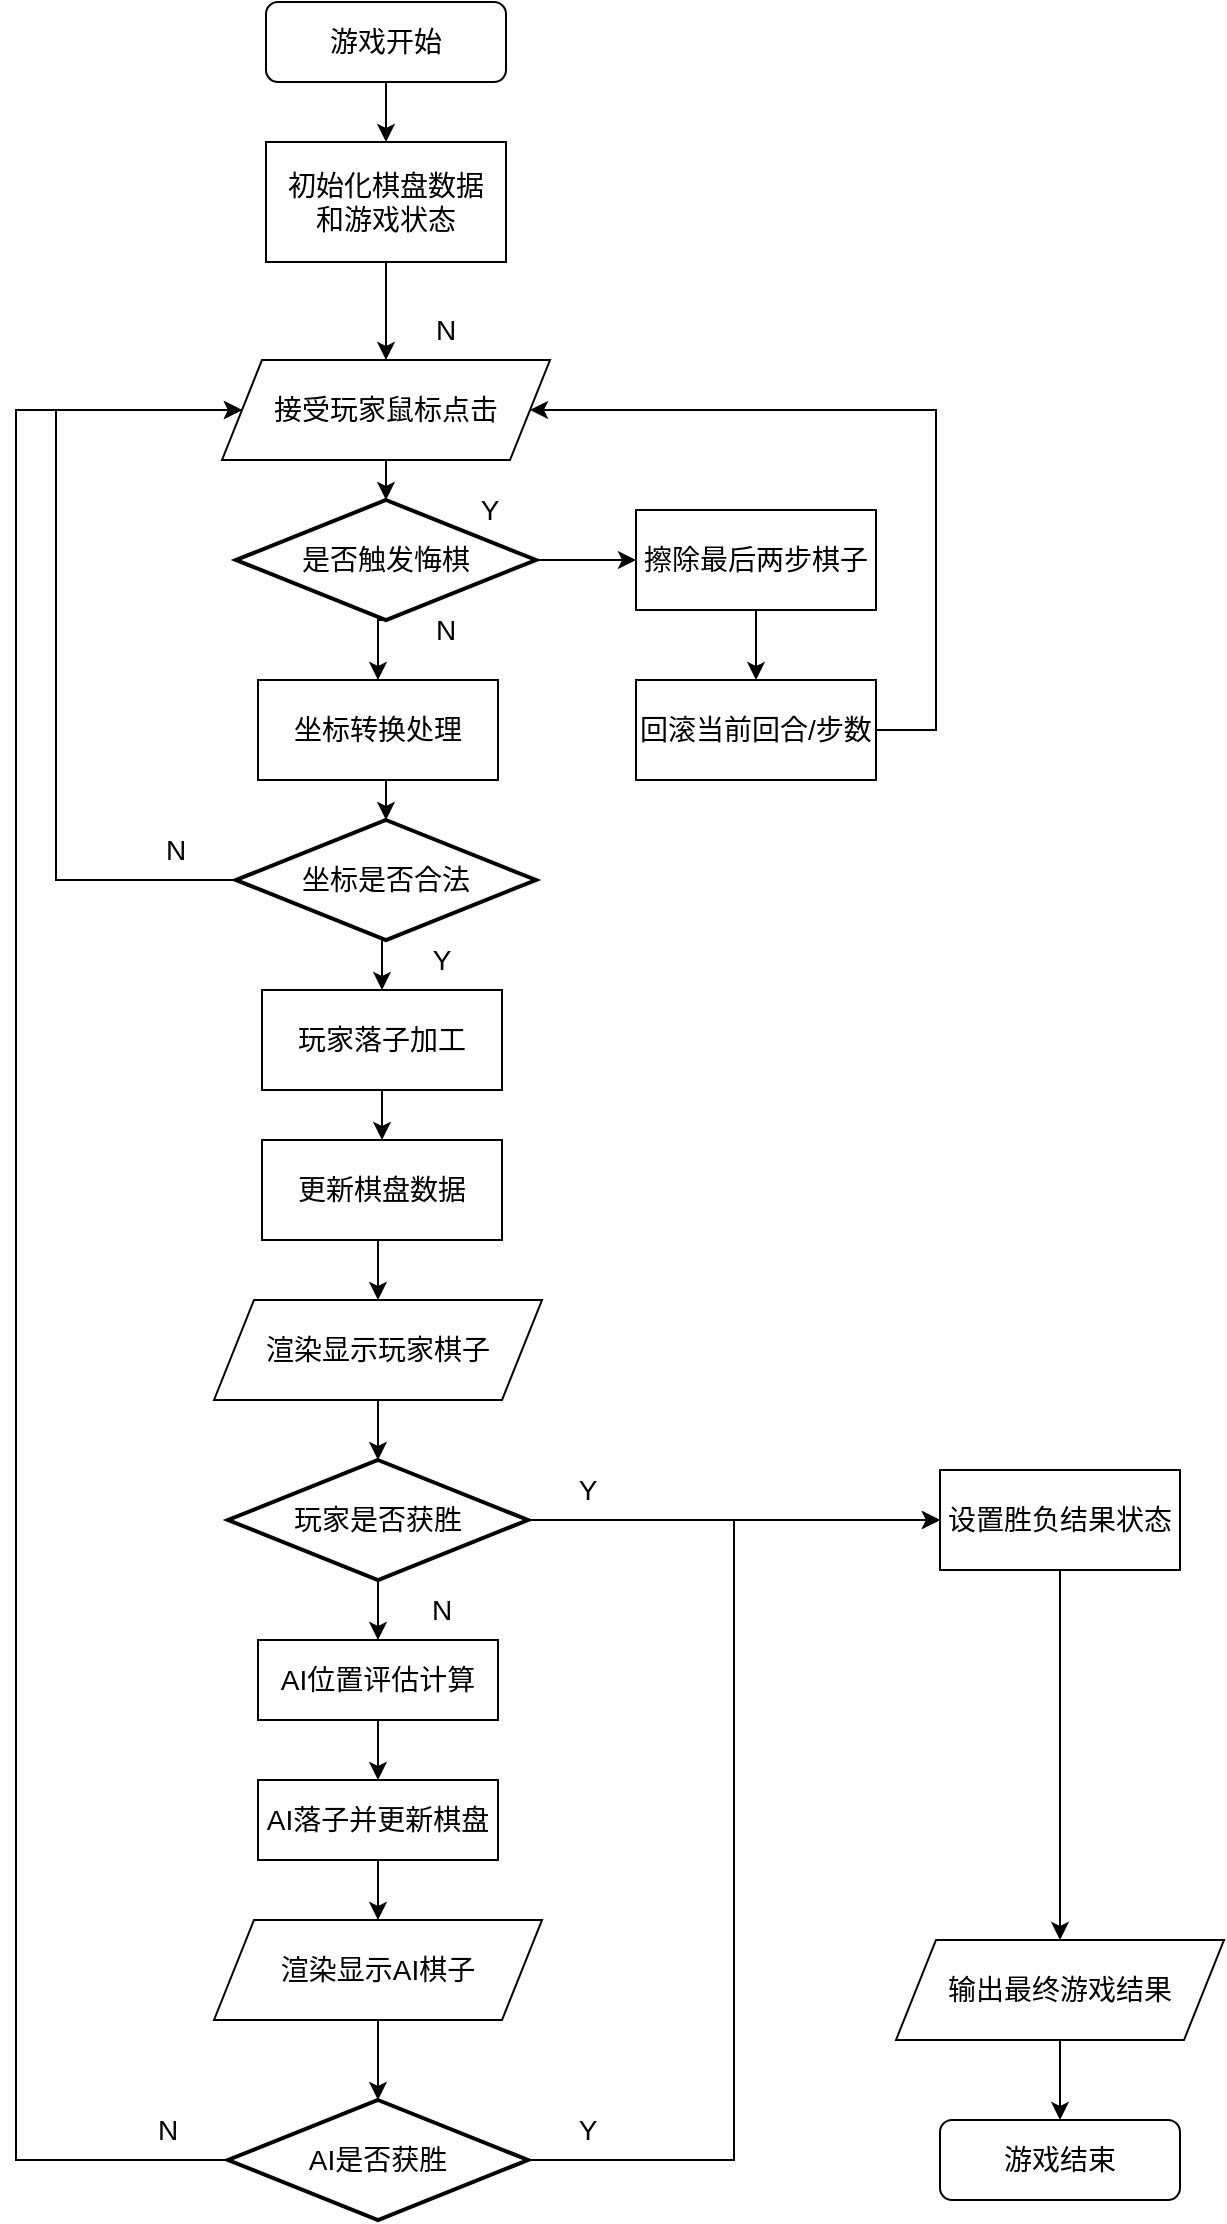
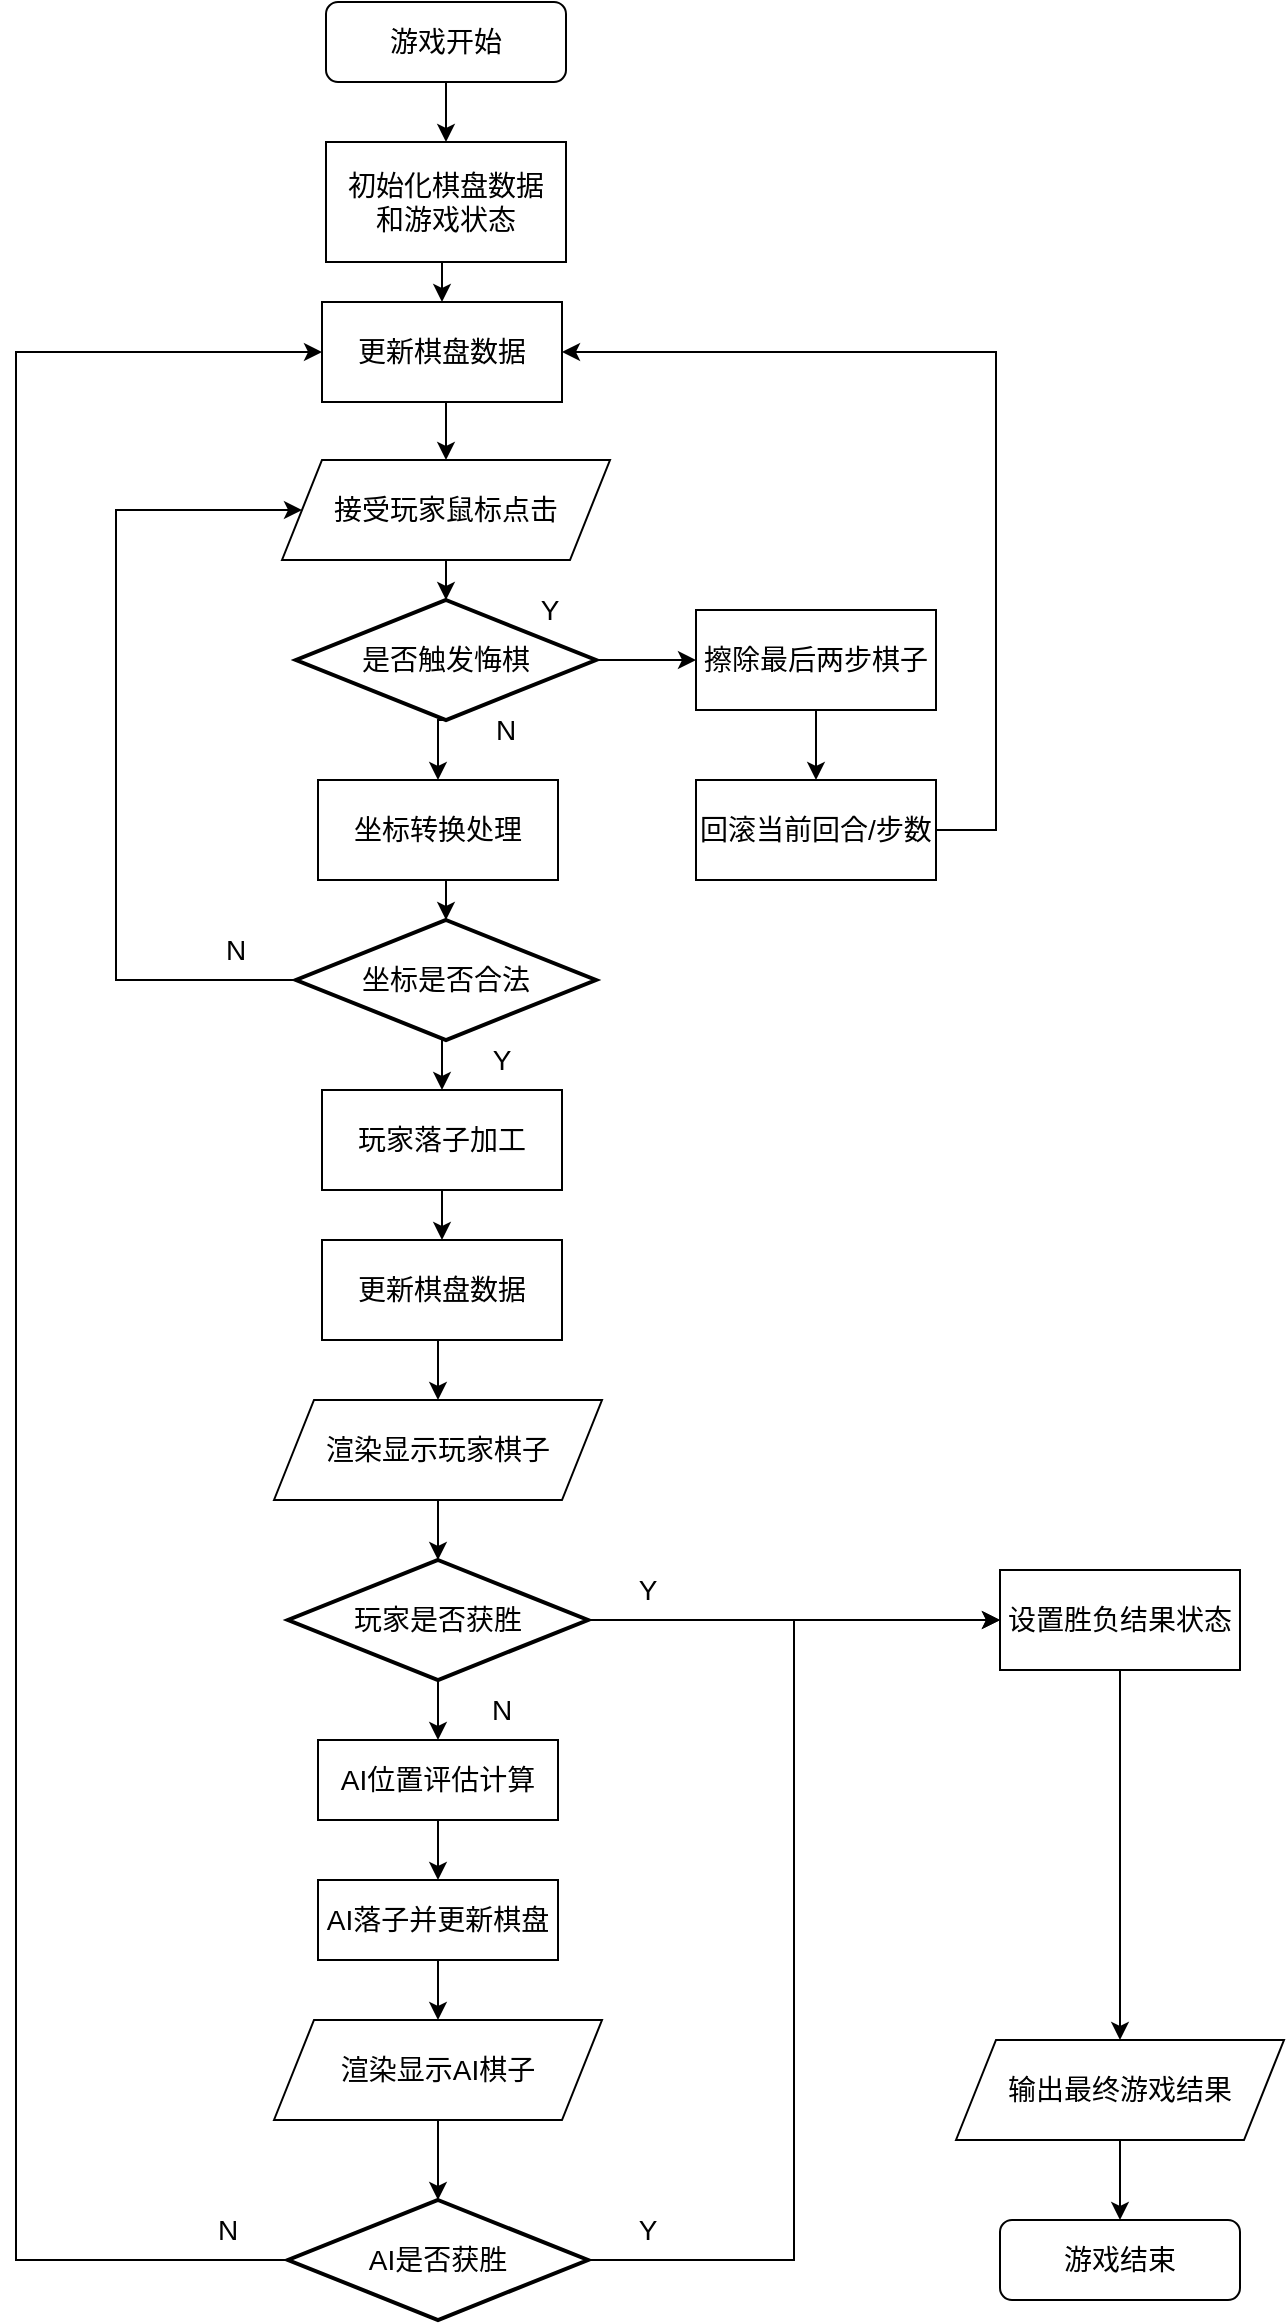
<mxfile host="app.diagrams.net">
  <diagram name="Page-1" id="Ut53iUmTTLsHKbGdxMO9">
    <mxGraphModel dx="2054" dy="1198" grid="1" gridSize="10" guides="1" tooltips="1" connect="1" arrows="1" fold="1" page="1" pageScale="1" pageWidth="827" pageHeight="1169" math="0" shadow="0">
      <root>
        <mxCell id="0" />
        <mxCell id="1" parent="0" />
-         <mxCell id="LBzLqDpE-ghOYlSVNWWL-88" edge="1" parent="1" source="LBzLqDpE-ghOYlSVNWWL-6" style="edgeStyle=orthogonalEdgeStyle;rounded=0;orthogonalLoop=1;jettySize=auto;html=1;exitX=0.5;exitY=1;exitDx=0;exitDy=0;entryX=0.5;entryY=0;entryDx=0;entryDy=0;" target="LBzLqDpE-ghOYlSVNWWL-9">
+         <mxCell id="LBzLqDpE-ghOYlSVNWWL-92" edge="1" parent="1" source="LBzLqDpE-ghOYlSVNWWL-6" style="edgeStyle=orthogonalEdgeStyle;rounded=0;orthogonalLoop=1;jettySize=auto;html=1;exitX=0.5;exitY=1;exitDx=0;exitDy=0;entryX=0.5;entryY=0;entryDx=0;entryDy=0;" target="LBzLqDpE-ghOYlSVNWWL-91">
          <mxGeometry relative="1" as="geometry" />
        </mxCell>
        <mxCell id="LBzLqDpE-ghOYlSVNWWL-6" parent="1" style="rounded=0;whiteSpace=wrap;html=1;" value="&lt;font style=&quot;font-size: 14px;&quot;&gt;初始化棋盘数据&lt;/font&gt;&lt;div&gt;&lt;span style=&quot;font-size: 14px; background-color: transparent; color: light-dark(rgb(0, 0, 0), rgb(255, 255, 255));&quot;&gt;和游戏状态&lt;/span&gt;&lt;/div&gt;" vertex="1">
-           <mxGeometry height="60" width="120" x="335" y="130" as="geometry" />
+           <mxGeometry height="60" width="120" x="335" y="80" as="geometry" />
        </mxCell>
        <mxCell id="LBzLqDpE-ghOYlSVNWWL-8" edge="1" parent="1" source="LBzLqDpE-ghOYlSVNWWL-7" style="edgeStyle=orthogonalEdgeStyle;rounded=0;orthogonalLoop=1;jettySize=auto;html=1;exitX=0.5;exitY=1;exitDx=0;exitDy=0;entryX=0.5;entryY=0;entryDx=0;entryDy=0;" target="LBzLqDpE-ghOYlSVNWWL-6">
          <mxGeometry relative="1" as="geometry" />
        </mxCell>
        <mxCell id="LBzLqDpE-ghOYlSVNWWL-7" parent="1" style="rounded=1;whiteSpace=wrap;html=1;" value="&lt;font style=&quot;font-size: 14px;&quot;&gt;游戏开始&lt;/font&gt;" vertex="1">
-           <mxGeometry height="40" width="120" x="335" y="60" as="geometry" />
+           <mxGeometry height="40" width="120" x="335" y="10" as="geometry" />
        </mxCell>
        <mxCell id="LBzLqDpE-ghOYlSVNWWL-9" parent="1" style="shape=parallelogram;perimeter=parallelogramPerimeter;whiteSpace=wrap;html=1;fixedSize=1;" value="&lt;font style=&quot;font-size: 14px;&quot;&gt;接受玩家鼠标点击&lt;/font&gt;" vertex="1">
          <mxGeometry height="50" width="164" x="313" y="239" as="geometry" />
-         </mxCell>
-         <mxCell id="LBzLqDpE-ghOYlSVNWWL-12" parent="1" style="text;html=1;whiteSpace=wrap;strokeColor=none;fillColor=none;align=center;verticalAlign=middle;rounded=0;" value="&lt;font style=&quot;font-size: 14px;&quot;&gt;N&lt;/font&gt;" vertex="1">
-           <mxGeometry height="30" width="60" x="395" y="209" as="geometry" />
        </mxCell>
        <mxCell id="LBzLqDpE-ghOYlSVNWWL-16" edge="1" parent="1" source="LBzLqDpE-ghOYlSVNWWL-13" style="edgeStyle=orthogonalEdgeStyle;rounded=0;orthogonalLoop=1;jettySize=auto;html=1;exitX=0.5;exitY=1;exitDx=0;exitDy=0;exitPerimeter=0;entryX=0.5;entryY=0;entryDx=0;entryDy=0;" target="LBzLqDpE-ghOYlSVNWWL-15">
          <mxGeometry relative="1" as="geometry" />
        </mxCell>
        <mxCell id="LBzLqDpE-ghOYlSVNWWL-13" parent="1" style="strokeWidth=2;html=1;shape=mxgraph.flowchart.decision;whiteSpace=wrap;" value="&lt;font style=&quot;font-size: 14px;&quot;&gt;是否触发悔棋&lt;/font&gt;" vertex="1">
          <mxGeometry height="60" width="150" x="320" y="309" as="geometry" />
        </mxCell>
        <mxCell id="LBzLqDpE-ghOYlSVNWWL-14" edge="1" parent="1" source="LBzLqDpE-ghOYlSVNWWL-9" style="edgeStyle=orthogonalEdgeStyle;rounded=0;orthogonalLoop=1;jettySize=auto;html=1;exitX=0.5;exitY=1;exitDx=0;exitDy=0;entryX=0.5;entryY=0;entryDx=0;entryDy=0;entryPerimeter=0;" target="LBzLqDpE-ghOYlSVNWWL-13">
          <mxGeometry relative="1" as="geometry" />
        </mxCell>
        <mxCell id="LBzLqDpE-ghOYlSVNWWL-15" parent="1" style="rounded=0;whiteSpace=wrap;html=1;" value="&lt;font style=&quot;font-size: 14px;&quot;&gt;坐标转换处理&lt;/font&gt;" vertex="1">
          <mxGeometry height="50" width="120" x="331" y="399" as="geometry" />
        </mxCell>
        <mxCell id="LBzLqDpE-ghOYlSVNWWL-17" parent="1" style="text;html=1;whiteSpace=wrap;strokeColor=none;fillColor=none;align=center;verticalAlign=middle;rounded=0;" value="&lt;font style=&quot;font-size: 14px;&quot;&gt;N&lt;/font&gt;" vertex="1">
          <mxGeometry height="30" width="60" x="395" y="359" as="geometry" />
        </mxCell>
        <mxCell id="LBzLqDpE-ghOYlSVNWWL-22" edge="1" parent="1" source="LBzLqDpE-ghOYlSVNWWL-18" style="rounded=0;orthogonalLoop=1;jettySize=auto;html=1;exitX=0.5;exitY=1;exitDx=0;exitDy=0;exitPerimeter=0;entryX=0.5;entryY=0;entryDx=0;entryDy=0;edgeStyle=orthogonalEdgeStyle;" target="LBzLqDpE-ghOYlSVNWWL-21">
          <mxGeometry relative="1" as="geometry" />
        </mxCell>
        <mxCell id="LBzLqDpE-ghOYlSVNWWL-79" edge="1" parent="1" source="LBzLqDpE-ghOYlSVNWWL-18" style="edgeStyle=orthogonalEdgeStyle;rounded=0;orthogonalLoop=1;jettySize=auto;html=1;exitX=0;exitY=0.5;exitDx=0;exitDy=0;exitPerimeter=0;entryX=0;entryY=0.5;entryDx=0;entryDy=0;" target="LBzLqDpE-ghOYlSVNWWL-9">
          <mxGeometry relative="1" as="geometry">
            <Array as="points">
              <mxPoint x="230" y="499" />
              <mxPoint x="230" y="264" />
            </Array>
          </mxGeometry>
        </mxCell>
        <mxCell id="LBzLqDpE-ghOYlSVNWWL-18" parent="1" style="strokeWidth=2;html=1;shape=mxgraph.flowchart.decision;whiteSpace=wrap;" value="&lt;font style=&quot;font-size: 14px;&quot;&gt;坐标是否合法&lt;/font&gt;" vertex="1">
          <mxGeometry height="60" width="150" x="320" y="469" as="geometry" />
        </mxCell>
        <mxCell id="LBzLqDpE-ghOYlSVNWWL-25" edge="1" parent="1" source="LBzLqDpE-ghOYlSVNWWL-21" style="edgeStyle=orthogonalEdgeStyle;rounded=0;orthogonalLoop=1;jettySize=auto;html=1;exitX=0.5;exitY=1;exitDx=0;exitDy=0;entryX=0.5;entryY=0;entryDx=0;entryDy=0;" target="LBzLqDpE-ghOYlSVNWWL-24">
          <mxGeometry relative="1" as="geometry" />
        </mxCell>
        <mxCell id="LBzLqDpE-ghOYlSVNWWL-21" parent="1" style="rounded=0;whiteSpace=wrap;html=1;" value="&lt;font style=&quot;font-size: 14px;&quot;&gt;玩家落子加工&lt;/font&gt;" vertex="1">
          <mxGeometry height="50" width="120" x="333" y="554" as="geometry" />
        </mxCell>
        <mxCell id="LBzLqDpE-ghOYlSVNWWL-23" parent="1" style="text;html=1;whiteSpace=wrap;strokeColor=none;fillColor=none;align=center;verticalAlign=middle;rounded=0;" value="&lt;font style=&quot;font-size: 14px;&quot;&gt;Y&lt;/font&gt;" vertex="1">
          <mxGeometry height="30" width="60" x="393" y="524" as="geometry" />
        </mxCell>
        <mxCell id="LBzLqDpE-ghOYlSVNWWL-27" edge="1" parent="1" source="LBzLqDpE-ghOYlSVNWWL-24" style="edgeStyle=orthogonalEdgeStyle;rounded=0;orthogonalLoop=1;jettySize=auto;html=1;exitX=0.5;exitY=1;exitDx=0;exitDy=0;entryX=0.5;entryY=0;entryDx=0;entryDy=0;" target="LBzLqDpE-ghOYlSVNWWL-26">
          <mxGeometry relative="1" as="geometry" />
        </mxCell>
        <mxCell id="LBzLqDpE-ghOYlSVNWWL-24" parent="1" style="rounded=0;whiteSpace=wrap;html=1;" value="&lt;font style=&quot;font-size: 14px;&quot;&gt;更新棋盘数据&lt;/font&gt;" vertex="1">
          <mxGeometry height="50" width="120" x="333" y="629" as="geometry" />
        </mxCell>
        <mxCell id="LBzLqDpE-ghOYlSVNWWL-26" parent="1" style="shape=parallelogram;perimeter=parallelogramPerimeter;whiteSpace=wrap;html=1;fixedSize=1;" value="&lt;font style=&quot;font-size: 14px;&quot;&gt;渲染显示玩家棋子&lt;/font&gt;" vertex="1">
          <mxGeometry height="50" width="164" x="309" y="709" as="geometry" />
        </mxCell>
        <mxCell id="LBzLqDpE-ghOYlSVNWWL-33" edge="1" parent="1" source="LBzLqDpE-ghOYlSVNWWL-30" style="edgeStyle=orthogonalEdgeStyle;rounded=0;orthogonalLoop=1;jettySize=auto;html=1;exitX=0.5;exitY=1;exitDx=0;exitDy=0;exitPerimeter=0;entryX=0.5;entryY=0;entryDx=0;entryDy=0;" target="LBzLqDpE-ghOYlSVNWWL-32">
          <mxGeometry relative="1" as="geometry" />
        </mxCell>
        <mxCell id="LBzLqDpE-ghOYlSVNWWL-84" edge="1" parent="1" source="LBzLqDpE-ghOYlSVNWWL-30" style="edgeStyle=orthogonalEdgeStyle;rounded=0;orthogonalLoop=1;jettySize=auto;html=1;exitX=1;exitY=0.5;exitDx=0;exitDy=0;exitPerimeter=0;entryX=0;entryY=0.5;entryDx=0;entryDy=0;" target="LBzLqDpE-ghOYlSVNWWL-45">
          <mxGeometry relative="1" as="geometry" />
        </mxCell>
        <mxCell id="LBzLqDpE-ghOYlSVNWWL-30" parent="1" style="strokeWidth=2;html=1;shape=mxgraph.flowchart.decision;whiteSpace=wrap;" value="&lt;font style=&quot;font-size: 14px;&quot;&gt;玩家是否获胜&lt;/font&gt;" vertex="1">
          <mxGeometry height="60" width="150" x="316" y="789" as="geometry" />
        </mxCell>
        <mxCell id="LBzLqDpE-ghOYlSVNWWL-31" edge="1" parent="1" source="LBzLqDpE-ghOYlSVNWWL-26" style="edgeStyle=orthogonalEdgeStyle;rounded=0;orthogonalLoop=1;jettySize=auto;html=1;exitX=0.5;exitY=1;exitDx=0;exitDy=0;entryX=0.5;entryY=0;entryDx=0;entryDy=0;entryPerimeter=0;" target="LBzLqDpE-ghOYlSVNWWL-30">
          <mxGeometry relative="1" as="geometry" />
        </mxCell>
        <mxCell id="LBzLqDpE-ghOYlSVNWWL-37" edge="1" parent="1" source="LBzLqDpE-ghOYlSVNWWL-32" style="edgeStyle=orthogonalEdgeStyle;rounded=0;orthogonalLoop=1;jettySize=auto;html=1;exitX=0.5;exitY=1;exitDx=0;exitDy=0;entryX=0.5;entryY=0;entryDx=0;entryDy=0;" target="LBzLqDpE-ghOYlSVNWWL-35">
          <mxGeometry relative="1" as="geometry" />
        </mxCell>
        <mxCell id="LBzLqDpE-ghOYlSVNWWL-32" parent="1" style="rounded=0;whiteSpace=wrap;html=1;" value="&lt;font style=&quot;font-size: 14px;&quot;&gt;AI位置评估计算&lt;/font&gt;" vertex="1">
          <mxGeometry height="40" width="120" x="331" y="879" as="geometry" />
        </mxCell>
        <mxCell id="LBzLqDpE-ghOYlSVNWWL-34" parent="1" style="text;html=1;whiteSpace=wrap;strokeColor=none;fillColor=none;align=center;verticalAlign=middle;rounded=0;" value="&lt;font style=&quot;font-size: 14px;&quot;&gt;N&lt;/font&gt;" vertex="1">
          <mxGeometry height="30" width="60" x="393" y="849" as="geometry" />
        </mxCell>
        <mxCell id="LBzLqDpE-ghOYlSVNWWL-39" edge="1" parent="1" source="LBzLqDpE-ghOYlSVNWWL-35" style="edgeStyle=orthogonalEdgeStyle;rounded=0;orthogonalLoop=1;jettySize=auto;html=1;exitX=0.5;exitY=1;exitDx=0;exitDy=0;entryX=0.5;entryY=0;entryDx=0;entryDy=0;" target="LBzLqDpE-ghOYlSVNWWL-38">
          <mxGeometry relative="1" as="geometry" />
        </mxCell>
        <mxCell id="LBzLqDpE-ghOYlSVNWWL-35" parent="1" style="rounded=0;whiteSpace=wrap;html=1;" value="&lt;font style=&quot;font-size: 14px;&quot;&gt;AI落子并更新棋盘&lt;/font&gt;" vertex="1">
          <mxGeometry height="40" width="120" x="331" y="949" as="geometry" />
        </mxCell>
        <mxCell id="LBzLqDpE-ghOYlSVNWWL-38" parent="1" style="shape=parallelogram;perimeter=parallelogramPerimeter;whiteSpace=wrap;html=1;fixedSize=1;" value="&lt;font style=&quot;font-size: 14px;&quot;&gt;渲染显示AI棋子&lt;/font&gt;" vertex="1">
          <mxGeometry height="50" width="164" x="309" y="1019" as="geometry" />
        </mxCell>
        <mxCell id="LBzLqDpE-ghOYlSVNWWL-85" edge="1" parent="1" source="LBzLqDpE-ghOYlSVNWWL-40" style="edgeStyle=orthogonalEdgeStyle;rounded=0;orthogonalLoop=1;jettySize=auto;html=1;exitX=1;exitY=0.5;exitDx=0;exitDy=0;exitPerimeter=0;entryX=0;entryY=0.5;entryDx=0;entryDy=0;" target="LBzLqDpE-ghOYlSVNWWL-45">
          <mxGeometry relative="1" as="geometry" />
        </mxCell>
-         <mxCell id="LBzLqDpE-ghOYlSVNWWL-89" edge="1" parent="1" source="LBzLqDpE-ghOYlSVNWWL-40" style="edgeStyle=orthogonalEdgeStyle;rounded=0;orthogonalLoop=1;jettySize=auto;html=1;exitX=0;exitY=0.5;exitDx=0;exitDy=0;exitPerimeter=0;entryX=0;entryY=0.5;entryDx=0;entryDy=0;" target="LBzLqDpE-ghOYlSVNWWL-9">
+         <mxCell id="LBzLqDpE-ghOYlSVNWWL-89" edge="1" parent="1" source="LBzLqDpE-ghOYlSVNWWL-40" style="edgeStyle=orthogonalEdgeStyle;rounded=0;orthogonalLoop=1;jettySize=auto;html=1;exitX=0;exitY=0.5;exitDx=0;exitDy=0;exitPerimeter=0;entryX=0;entryY=0.5;entryDx=0;entryDy=0;" target="LBzLqDpE-ghOYlSVNWWL-91">
          <mxGeometry relative="1" as="geometry">
            <Array as="points">
-               <mxPoint x="210" y="1139" />
-               <mxPoint x="210" y="264" />
+               <mxPoint x="180" y="1139" />
+               <mxPoint x="180" y="185" />
            </Array>
          </mxGeometry>
        </mxCell>
        <mxCell id="LBzLqDpE-ghOYlSVNWWL-40" parent="1" style="strokeWidth=2;html=1;shape=mxgraph.flowchart.decision;whiteSpace=wrap;" value="&lt;font style=&quot;font-size: 14px;&quot;&gt;AI是否获胜&lt;/font&gt;" vertex="1">
          <mxGeometry height="60" width="150" x="316" y="1109" as="geometry" />
        </mxCell>
        <mxCell id="LBzLqDpE-ghOYlSVNWWL-41" edge="1" parent="1" source="LBzLqDpE-ghOYlSVNWWL-38" style="edgeStyle=orthogonalEdgeStyle;rounded=0;orthogonalLoop=1;jettySize=auto;html=1;exitX=0.5;exitY=1;exitDx=0;exitDy=0;entryX=0.5;entryY=0;entryDx=0;entryDy=0;entryPerimeter=0;" target="LBzLqDpE-ghOYlSVNWWL-40">
          <mxGeometry relative="1" as="geometry" />
        </mxCell>
        <mxCell id="LBzLqDpE-ghOYlSVNWWL-55" edge="1" parent="1" source="LBzLqDpE-ghOYlSVNWWL-42" style="edgeStyle=orthogonalEdgeStyle;rounded=0;orthogonalLoop=1;jettySize=auto;html=1;exitX=0.5;exitY=1;exitDx=0;exitDy=0;entryX=0.5;entryY=0;entryDx=0;entryDy=0;" target="LBzLqDpE-ghOYlSVNWWL-43">
          <mxGeometry relative="1" as="geometry" />
        </mxCell>
        <mxCell id="LBzLqDpE-ghOYlSVNWWL-42" parent="1" style="shape=parallelogram;perimeter=parallelogramPerimeter;whiteSpace=wrap;html=1;fixedSize=1;" value="&lt;font style=&quot;font-size: 14px;&quot;&gt;输出最终游戏结果&lt;/font&gt;" vertex="1">
          <mxGeometry height="50" width="164" x="650" y="1029" as="geometry" />
        </mxCell>
        <mxCell id="LBzLqDpE-ghOYlSVNWWL-43" parent="1" style="rounded=1;whiteSpace=wrap;html=1;" value="&lt;font style=&quot;font-size: 14px;&quot;&gt;游戏结束&lt;/font&gt;" vertex="1">
          <mxGeometry height="40" width="120" x="672" y="1119" as="geometry" />
        </mxCell>
        <mxCell id="LBzLqDpE-ghOYlSVNWWL-54" edge="1" parent="1" source="LBzLqDpE-ghOYlSVNWWL-45" style="edgeStyle=orthogonalEdgeStyle;rounded=0;orthogonalLoop=1;jettySize=auto;html=1;exitX=0.5;exitY=1;exitDx=0;exitDy=0;entryX=0.5;entryY=0;entryDx=0;entryDy=0;" target="LBzLqDpE-ghOYlSVNWWL-42">
          <mxGeometry relative="1" as="geometry" />
        </mxCell>
        <mxCell id="LBzLqDpE-ghOYlSVNWWL-45" parent="1" style="rounded=0;whiteSpace=wrap;html=1;" value="&lt;font style=&quot;font-size: 14px;&quot;&gt;设置胜负结果状态&lt;/font&gt;" vertex="1">
          <mxGeometry height="50" width="120" x="672" y="794" as="geometry" />
        </mxCell>
        <mxCell id="LBzLqDpE-ghOYlSVNWWL-53" edge="1" parent="1" source="LBzLqDpE-ghOYlSVNWWL-46" style="edgeStyle=orthogonalEdgeStyle;rounded=0;orthogonalLoop=1;jettySize=auto;html=1;exitX=0.5;exitY=1;exitDx=0;exitDy=0;entryX=0.5;entryY=0;entryDx=0;entryDy=0;" target="LBzLqDpE-ghOYlSVNWWL-50">
          <mxGeometry relative="1" as="geometry" />
        </mxCell>
        <mxCell id="LBzLqDpE-ghOYlSVNWWL-46" parent="1" style="rounded=0;whiteSpace=wrap;html=1;" value="&lt;font style=&quot;font-size: 14px;&quot;&gt;擦除最后两步棋子&lt;/font&gt;" vertex="1">
          <mxGeometry height="50" width="120" x="520" y="314" as="geometry" />
        </mxCell>
        <mxCell id="LBzLqDpE-ghOYlSVNWWL-48" parent="1" style="text;html=1;whiteSpace=wrap;strokeColor=none;fillColor=none;align=center;verticalAlign=middle;rounded=0;" value="&lt;font style=&quot;font-size: 14px;&quot;&gt;Y&lt;/font&gt;" vertex="1">
          <mxGeometry height="30" width="60" x="417" y="299" as="geometry" />
        </mxCell>
-         <mxCell id="LBzLqDpE-ghOYlSVNWWL-83" edge="1" parent="1" source="LBzLqDpE-ghOYlSVNWWL-50" style="edgeStyle=orthogonalEdgeStyle;rounded=0;orthogonalLoop=1;jettySize=auto;html=1;exitX=1;exitY=0.5;exitDx=0;exitDy=0;entryX=1;entryY=0.5;entryDx=0;entryDy=0;" target="LBzLqDpE-ghOYlSVNWWL-9">
+         <mxCell id="LBzLqDpE-ghOYlSVNWWL-83" edge="1" parent="1" source="LBzLqDpE-ghOYlSVNWWL-50" style="edgeStyle=orthogonalEdgeStyle;rounded=0;orthogonalLoop=1;jettySize=auto;html=1;exitX=1;exitY=0.5;exitDx=0;exitDy=0;entryX=1;entryY=0.5;entryDx=0;entryDy=0;" target="LBzLqDpE-ghOYlSVNWWL-91">
          <mxGeometry relative="1" as="geometry">
            <Array as="points">
              <mxPoint x="670" y="424" />
-               <mxPoint x="670" y="264" />
+               <mxPoint x="670" y="185" />
            </Array>
          </mxGeometry>
        </mxCell>
        <mxCell id="LBzLqDpE-ghOYlSVNWWL-50" parent="1" style="rounded=0;whiteSpace=wrap;html=1;" value="&lt;font style=&quot;font-size: 14px;&quot;&gt;回滚当前回合/步数&lt;/font&gt;" vertex="1">
          <mxGeometry height="50" width="120" x="520" y="399" as="geometry" />
        </mxCell>
        <mxCell id="LBzLqDpE-ghOYlSVNWWL-63" parent="1" style="text;html=1;whiteSpace=wrap;strokeColor=none;fillColor=none;align=center;verticalAlign=middle;rounded=0;" value="&lt;font style=&quot;font-size: 14px;&quot;&gt;Y&lt;/font&gt;" vertex="1">
          <mxGeometry height="30" width="60" x="466" y="789" as="geometry" />
        </mxCell>
        <mxCell id="LBzLqDpE-ghOYlSVNWWL-73" parent="1" style="text;html=1;whiteSpace=wrap;strokeColor=none;fillColor=none;align=center;verticalAlign=middle;rounded=0;" value="&lt;font style=&quot;font-size: 14px;&quot;&gt;N&lt;/font&gt;" vertex="1">
          <mxGeometry height="30" width="60" x="260" y="469" as="geometry" />
        </mxCell>
        <mxCell id="LBzLqDpE-ghOYlSVNWWL-75" edge="1" parent="1" source="LBzLqDpE-ghOYlSVNWWL-15" style="edgeStyle=orthogonalEdgeStyle;rounded=0;orthogonalLoop=1;jettySize=auto;html=1;exitX=0.5;exitY=1;exitDx=0;exitDy=0;entryX=0.5;entryY=0;entryDx=0;entryDy=0;entryPerimeter=0;" target="LBzLqDpE-ghOYlSVNWWL-18">
          <mxGeometry relative="1" as="geometry" />
        </mxCell>
        <mxCell id="LBzLqDpE-ghOYlSVNWWL-77" edge="1" parent="1" source="LBzLqDpE-ghOYlSVNWWL-13" style="edgeStyle=orthogonalEdgeStyle;rounded=0;orthogonalLoop=1;jettySize=auto;html=1;exitX=1;exitY=0.5;exitDx=0;exitDy=0;exitPerimeter=0;entryX=0;entryY=0.5;entryDx=0;entryDy=0;" target="LBzLqDpE-ghOYlSVNWWL-46">
          <mxGeometry relative="1" as="geometry" />
        </mxCell>
        <mxCell id="LBzLqDpE-ghOYlSVNWWL-86" parent="1" style="text;html=1;whiteSpace=wrap;strokeColor=none;fillColor=none;align=center;verticalAlign=middle;rounded=0;" value="&lt;font style=&quot;font-size: 14px;&quot;&gt;Y&lt;/font&gt;" vertex="1">
          <mxGeometry height="30" width="60" x="466" y="1109" as="geometry" />
        </mxCell>
        <mxCell id="LBzLqDpE-ghOYlSVNWWL-90" parent="1" style="text;html=1;whiteSpace=wrap;strokeColor=none;fillColor=none;align=center;verticalAlign=middle;rounded=0;" value="&lt;font style=&quot;font-size: 14px;&quot;&gt;N&lt;/font&gt;" vertex="1">
          <mxGeometry height="30" width="60" x="256" y="1109" as="geometry" />
        </mxCell>
+         <mxCell id="LBzLqDpE-ghOYlSVNWWL-93" edge="1" parent="1" source="LBzLqDpE-ghOYlSVNWWL-91" style="edgeStyle=orthogonalEdgeStyle;rounded=0;orthogonalLoop=1;jettySize=auto;html=1;exitX=0.5;exitY=1;exitDx=0;exitDy=0;entryX=0.5;entryY=0;entryDx=0;entryDy=0;" target="LBzLqDpE-ghOYlSVNWWL-9">
+           <mxGeometry relative="1" as="geometry" />
+         </mxCell>
+         <mxCell id="LBzLqDpE-ghOYlSVNWWL-91" parent="1" style="rounded=0;whiteSpace=wrap;html=1;" value="&lt;font style=&quot;font-size: 14px;&quot;&gt;更新棋盘数据&lt;/font&gt;" vertex="1">
+           <mxGeometry height="50" width="120" x="333" y="160" as="geometry" />
+         </mxCell>
      </root>
    </mxGraphModel>
  </diagram>
</mxfile>
